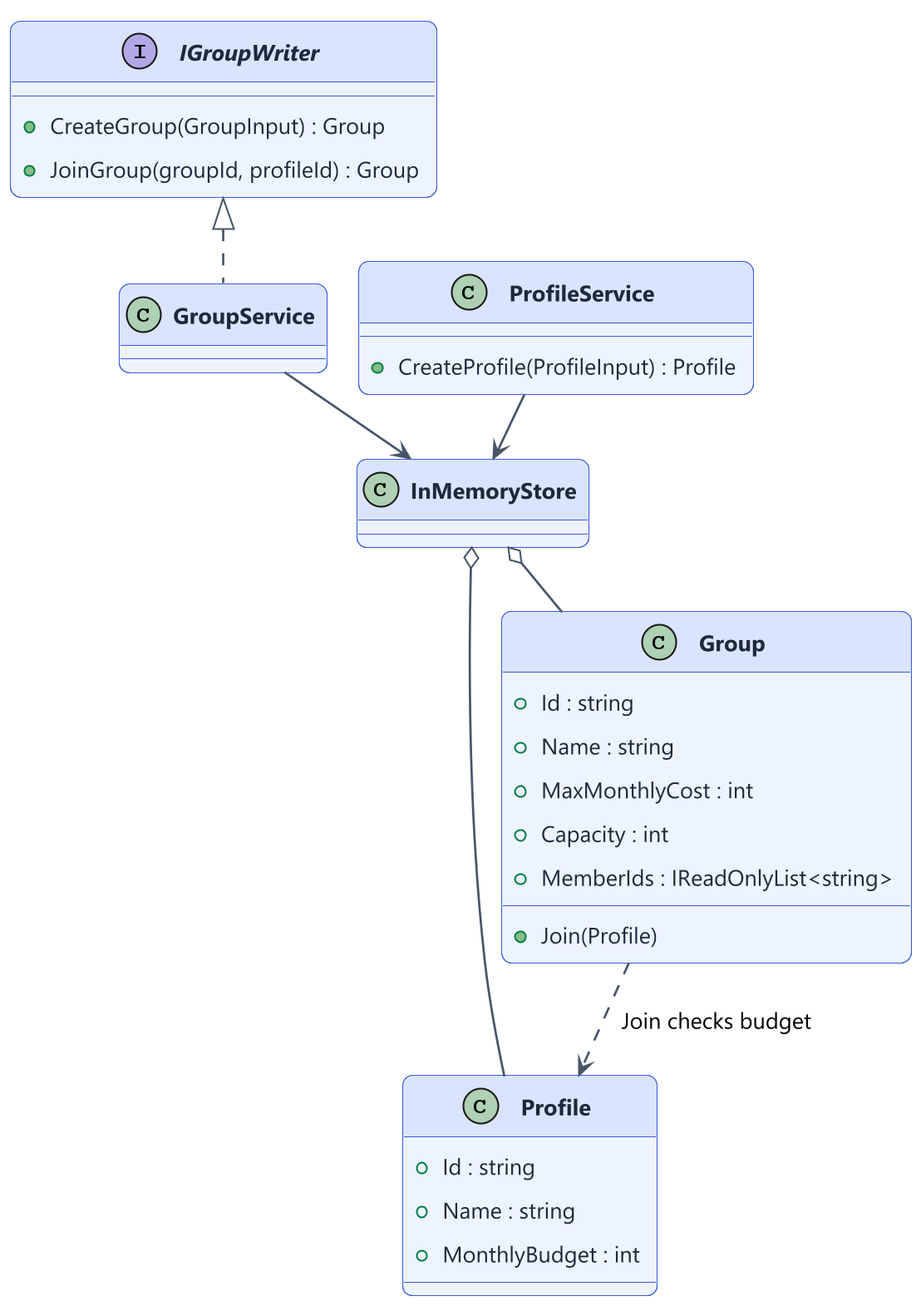
Lucian-Adrian/sem5-software-design keeps this PlantUML diagram as lab-02/csharp/assets/d02-domain.png. Above is the earlier version. Its diagram source:
```plantuml
@startuml d02-domain
skinparamlocked dpi 200
!include style.iuml
class Profile {
  +Id : string
  +Name : string
  +MonthlyBudget : int
}
class Group {
  +Id : string
  +Name : string
  +MaxMonthlyCost : int
  +Capacity : int
  +MemberIds : IReadOnlyList<string>
  +Join(Profile)
}
interface IGroupWriter {
  +CreateGroup(GroupInput) : Group
  +JoinGroup(groupId, profileId) : Group
}
class GroupService
class ProfileService {
  +CreateProfile(ProfileInput) : Profile
}
class InMemoryStore
IGroupWriter <|.. GroupService
GroupService --> InMemoryStore
ProfileService --> InMemoryStore
InMemoryStore o-- Group
InMemoryStore o-- Profile
Group ..> Profile : Join checks budget
@enduml
```
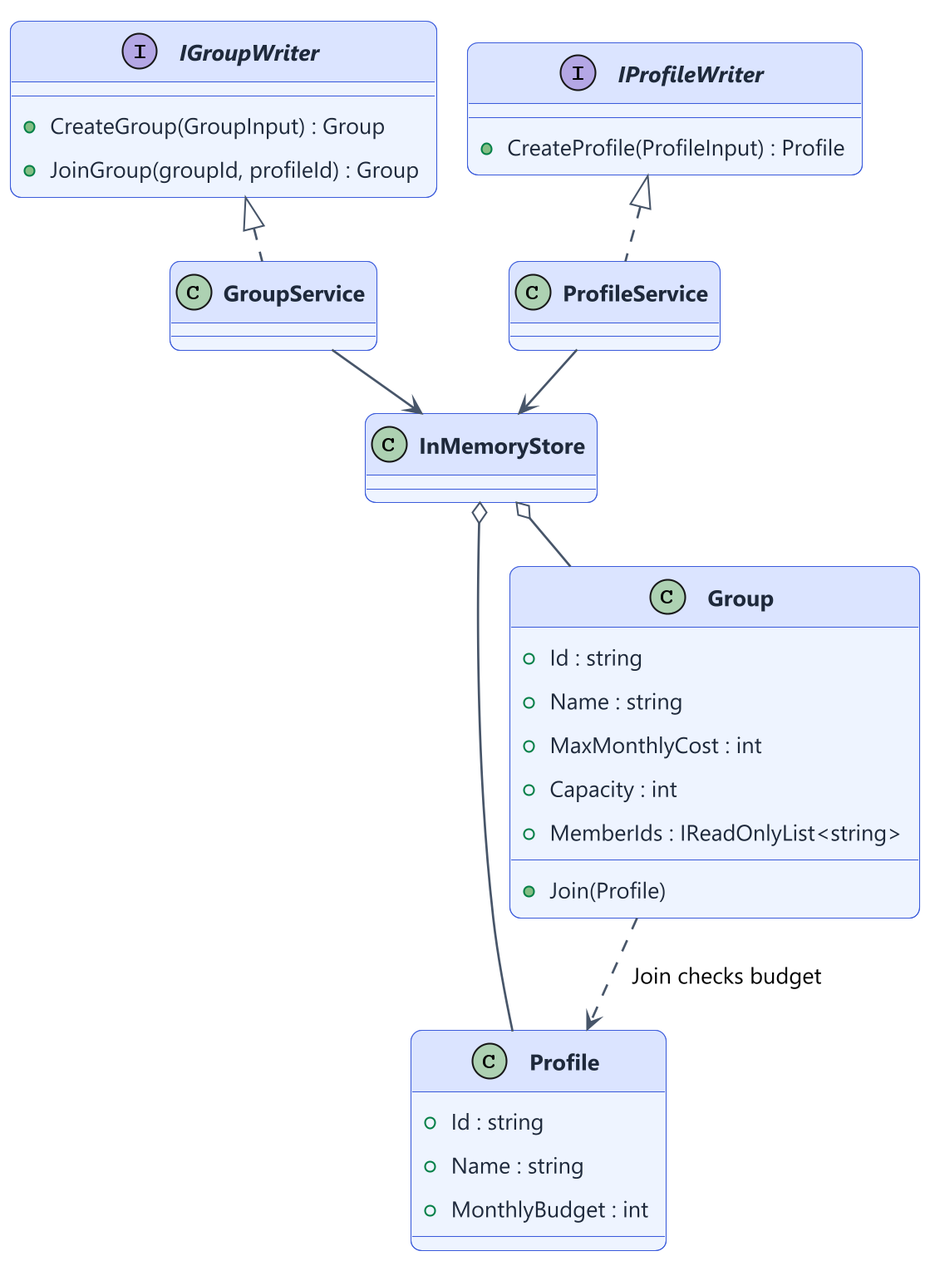
The same file after the commit.

What changed in the source:
```diff
@@ -18,12 +18,14 @@
   +CreateGroup(GroupInput) : Group
   +JoinGroup(groupId, profileId) : Group
 }
-class GroupService
-class ProfileService {
+interface IProfileWriter {
   +CreateProfile(ProfileInput) : Profile
 }
+class GroupService
+class ProfileService
 class InMemoryStore
 IGroupWriter <|.. GroupService
+IProfileWriter <|.. ProfileService
 GroupService --> InMemoryStore
 ProfileService --> InMemoryStore
 InMemoryStore o-- Group
```
